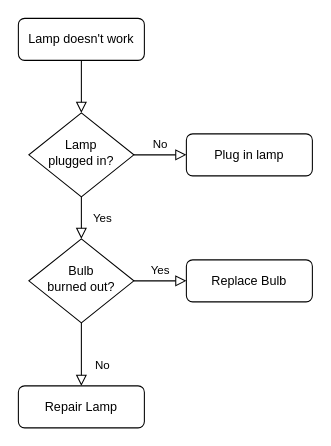
The draw.io diagram Untitled Diagram.drawio in adminsynoeun/shoe.com.kh, before the edit. Source tidied: cells renumbered, new cells numbered last; positions are measured from the earlier drawing's top-left corner, leaving out a move shared by most shapes. Both pictures are drawn from the tidied source at 105%, with x=0, y=0 at pixel (18, 18).
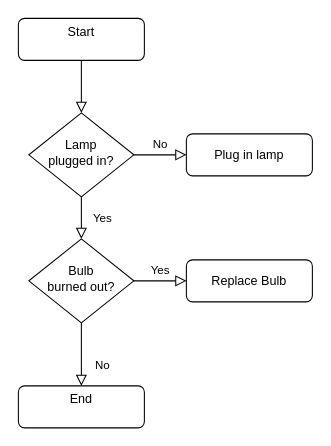
The same diagram, later.

What changed in the source:
```diff
@@
 <mxGraphModel>
   <root>
     <mxCell id="0" />
     <mxCell id="1" parent="0" />
     <mxCell id="2" style="rounded=0;html=1;jettySize=auto;fontSize=11;endArrow=block;endFill=0;endSize=8;strokeWidth=1;shadow=0;labelBackgroundColor=none;edgeStyle=orthogonalEdgeStyle;" parent="1" edge="1" source="3" target="6">
       <mxGeometry relative="1" as="geometry" />
     </mxCell>
-    <mxCell id="3" value="Lamp doesn't work" style="rounded=1;whiteSpace=wrap;html=1;fontSize=12;glass=0;strokeWidth=1;shadow=0;" parent="1" vertex="1">
+    <mxCell id="3" value="Start&lt;div&gt;&lt;br&gt;&lt;/div&gt;" style="rounded=1;whiteSpace=wrap;html=1;fontSize=12;glass=0;strokeWidth=1;shadow=0;" parent="1" vertex="1">
       <mxGeometry width="120" height="40" as="geometry" />
     </mxCell>
     <mxCell id="4" value="Yes" style="rounded=0;html=1;jettySize=auto;fontSize=11;endArrow=block;endFill=0;endSize=8;strokeWidth=1;shadow=0;labelBackgroundColor=none;edgeStyle=orthogonalEdgeStyle;" parent="1" edge="1" source="6" target="10">
       <mxGeometry y="20" relative="1" as="geometry" />
     </mxCell>
     <mxCell id="5" value="No" style="edgeStyle=orthogonalEdgeStyle;rounded=0;html=1;jettySize=auto;fontSize=11;endArrow=block;endFill=0;endSize=8;strokeWidth=1;shadow=0;labelBackgroundColor=none;" parent="1" edge="1" source="6" target="7">
       <mxGeometry y="10" relative="1" as="geometry" />
     </mxCell>
     <mxCell id="6" value="Lamp&lt;br&gt;plugged in?" style="rhombus;whiteSpace=wrap;html=1;shadow=0;fontFamily=Helvetica;fontSize=12;align=center;strokeWidth=1;spacing=6;spacingTop=-4;" parent="1" vertex="1">
       <mxGeometry x="10" y="90" width="100" height="80" as="geometry" />
     </mxCell>
     <mxCell id="7" value="Plug in lamp" style="rounded=1;whiteSpace=wrap;html=1;fontSize=12;glass=0;strokeWidth=1;shadow=0;" parent="1" vertex="1">
       <mxGeometry x="160" y="110" width="120" height="40" as="geometry" />
     </mxCell>
     <mxCell id="8" value="No" style="rounded=0;html=1;jettySize=auto;fontSize=11;endArrow=block;endFill=0;endSize=8;strokeWidth=1;shadow=0;labelBackgroundColor=none;edgeStyle=orthogonalEdgeStyle;" parent="1" edge="1" source="10" target="11">
       <mxGeometry x="0.33" y="20" relative="1" as="geometry" />
     </mxCell>
     <mxCell id="9" value="Yes" style="edgeStyle=orthogonalEdgeStyle;rounded=0;html=1;jettySize=auto;fontSize=11;endArrow=block;endFill=0;endSize=8;strokeWidth=1;shadow=0;labelBackgroundColor=none;" parent="1" edge="1" source="10" target="12">
       <mxGeometry y="10" relative="1" as="geometry" />
     </mxCell>
     <mxCell id="10" value="Bulb&lt;br&gt;burned out?" style="rhombus;whiteSpace=wrap;html=1;shadow=0;fontFamily=Helvetica;fontSize=12;align=center;strokeWidth=1;spacing=6;spacingTop=-4;" parent="1" vertex="1">
       <mxGeometry x="10" y="210" width="100" height="80" as="geometry" />
     </mxCell>
-    <mxCell id="11" value="Repair Lamp" style="rounded=1;whiteSpace=wrap;html=1;fontSize=12;glass=0;strokeWidth=1;shadow=0;" parent="1" vertex="1">
+    <mxCell id="11" value="End&lt;div&gt;&lt;br&gt;&lt;/div&gt;" style="rounded=1;whiteSpace=wrap;html=1;fontSize=12;glass=0;strokeWidth=1;shadow=0;" parent="1" vertex="1">
       <mxGeometry y="350" width="120" height="40" as="geometry" />
     </mxCell>
     <mxCell id="12" value="Replace Bulb" style="rounded=1;whiteSpace=wrap;html=1;fontSize=12;glass=0;strokeWidth=1;shadow=0;" parent="1" vertex="1">
       <mxGeometry x="160" y="230" width="120" height="40" as="geometry" />
     </mxCell>
   </root>
 </mxGraphModel>
```
